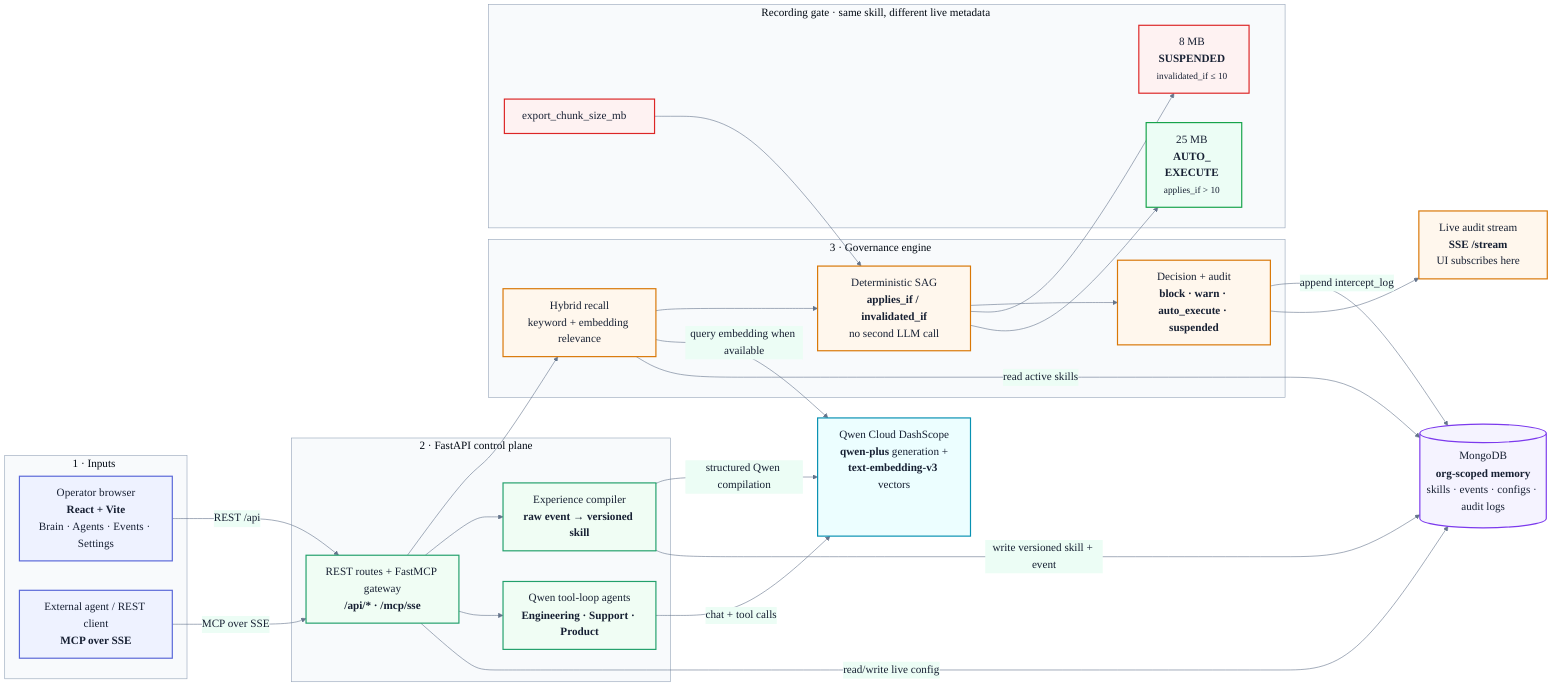
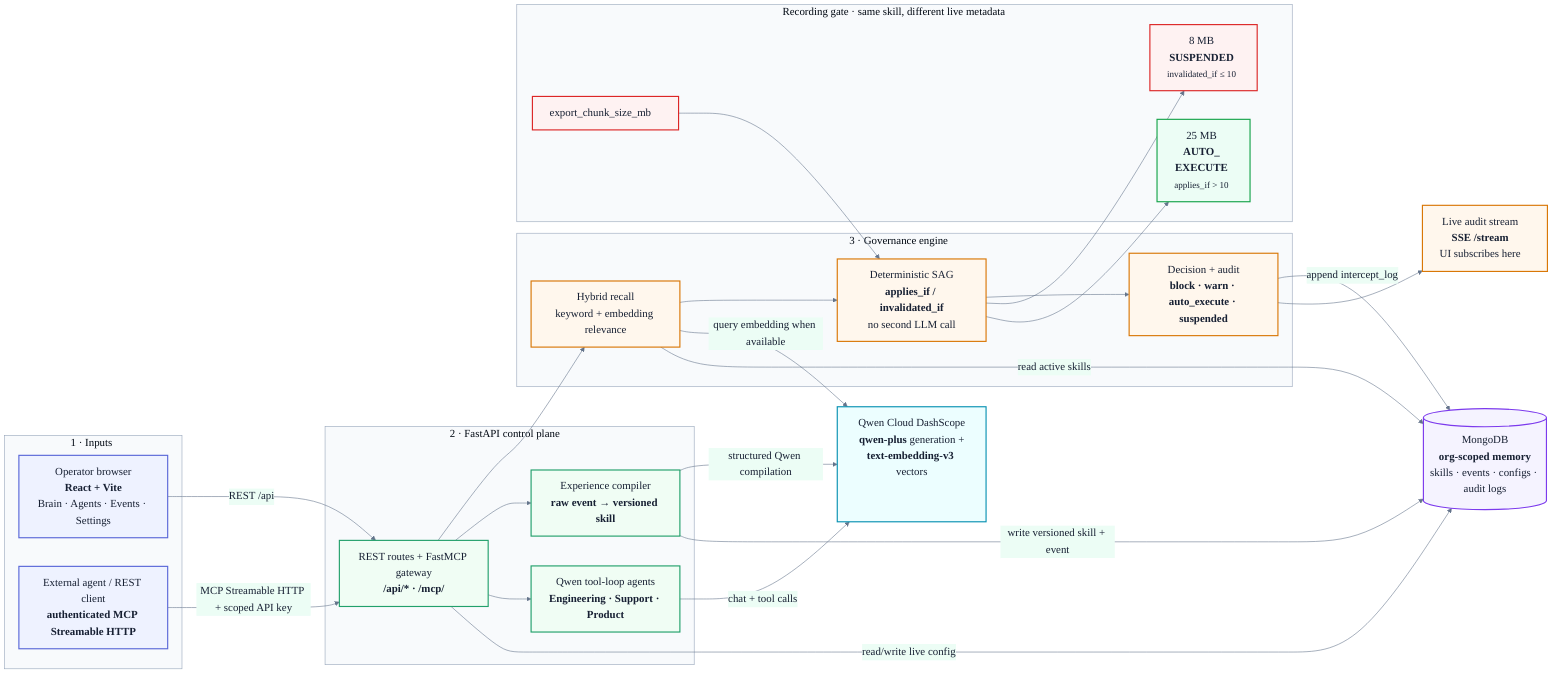
%%{init: {
  "theme": "base",
  "themeVariables": {
    "fontFamily": "Arial, sans-serif",
    "fontSize": "19px",
    "primaryColor": "#eef2ff",
    "primaryTextColor": "#172033",
    "primaryBorderColor": "#5967d8",
    "lineColor": "#64748b",
    "secondaryColor": "#ecfdf5",
    "tertiaryColor": "#fff7ed",
    "clusterBkg": "#f8fafc",
    "clusterBorder": "#94a3b8"
  }
}}%%

flowchart LR
    %% One-line judge story: input → API → recall/SAG → decision → durable memory + Qwen.
    subgraph INPUTS["1 · Inputs"]
        UI["Operator browser<br/><b>React + Vite</b><br/>Brain · Agents · Events · Settings"]
-         EXT["External agent / REST client<br/><b>MCP over SSE</b>"]
+         EXT["External agent / REST client<br/><b>authenticated MCP Streamable HTTP</b>"]
    end

    subgraph CONTROL["2 · FastAPI control plane"]
-         API["REST routes + FastMCP gateway<br/><b>/api/* · /mcp/sse</b>"]
+         API["REST routes + FastMCP gateway<br/><b>/api/* · /mcp/</b>"]
        AGENTS["Qwen tool-loop agents<br/><b>Engineering · Support · Product</b>"]
        COMPILER["Experience compiler<br/><b>raw event → versioned skill</b>"]
    end

    subgraph BRAIN["3 · Governance engine"]
        RECALL["Hybrid recall<br/>keyword + embedding relevance"]
        SAG["Deterministic SAG<br/><b>applies_if / invalidated_if</b><br/>no second LLM call"]
        DECISION["Decision + audit<br/><b>block · warn · auto_execute · suspended</b>"]
    end

    subgraph GATE["Recording gate · same skill, different live metadata"]
        LIVE["export_chunk_size_mb"]
        EIGHT["8 MB<br/><b>SUSPENDED</b><br/><small>invalidated_if ≤ 10</small>"]
        TWENTYFIVE["25 MB<br/><b>AUTO_<br/>EXECUTE</b><br/><small>applies_if &gt; 10</small>"]
    end

    SSE["Live audit stream<br/><b>SSE /stream</b><br/>UI subscribes here"]
    MONGO[("MongoDB<br/><b>org-scoped memory</b><br/>skills · events · configs · audit logs")]
    QWEN["Qwen Cloud DashScope<br/><b>qwen-plus</b> generation +<br/><b>text-embedding-v3</b> vectors"]

    UI -->|"REST /api"| API
-     EXT -->|"MCP over SSE"| API
+     EXT -->|"MCP Streamable HTTP + scoped API key"| API
    API --> RECALL
    API --> COMPILER
    API --> AGENTS

    RECALL --> SAG --> DECISION
    LIVE --> SAG
    SAG --> EIGHT
    SAG --> TWENTYFIVE
    DECISION -->|"append intercept_log"| MONGO
    DECISION --> SSE

    COMPILER -->|"structured Qwen compilation"| QWEN
    AGENTS -->|"chat + tool calls"| QWEN
    RECALL -->|"query embedding when available"| QWEN
    COMPILER -->|"write versioned skill + event"| MONGO
    RECALL -->|"read active skills"| MONGO
    API -->|"read/write live config"| MONGO

    classDef input fill:#eef2ff,stroke:#5967d8,color:#172033,stroke-width:2px;
    classDef control fill:#f0fdf4,stroke:#22a06b,color:#172033,stroke-width:2px;
    classDef brain fill:#fff7ed,stroke:#d97706,color:#172033,stroke-width:2px;
    classDef live fill:#fef2f2,stroke:#dc2626,color:#172033,stroke-width:2px;
    classDef liveGreen fill:#ecfdf5,stroke:#16a34a,color:#172033,stroke-width:2px;
    classDef infra fill:#ecfeff,stroke:#0891b2,color:#172033,stroke-width:2px;
    classDef store fill:#f5f3ff,stroke:#7c3aed,color:#172033,stroke-width:2px;
    class UI,EXT input;
    class API,AGENTS,COMPILER control;
    class RECALL,SAG,DECISION,SSE brain;
    class LIVE,EIGHT live;
    class TWENTYFIVE liveGreen;
    class QWEN infra;
    class MONGO store;
